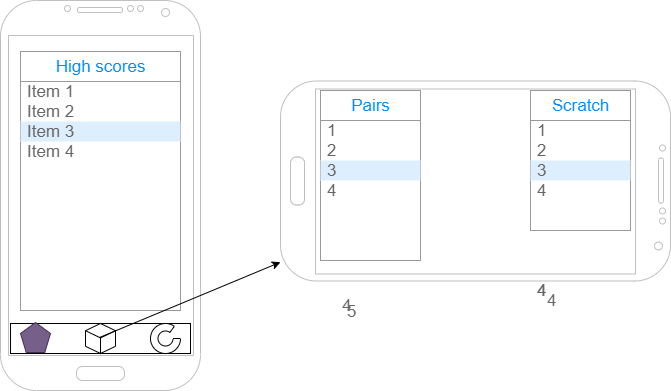
Above: docs/img/wireframe.png in anhristian/dice-solitaire (draw.io), before the change. Source tidied: cells renumbered, new cells last; positions are measured from the earlier drawing's top-left corner, leaving out a move shared by most shapes.
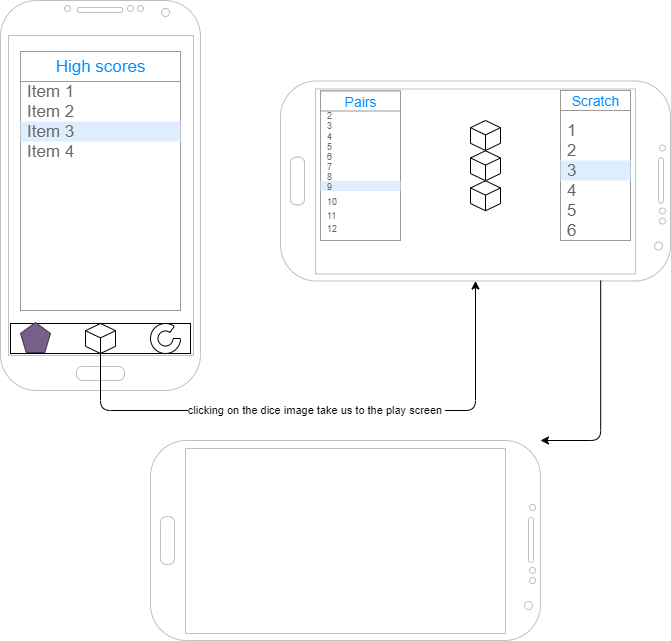
Above is the later version.

Commit message:
Adding all the pairs on 2nd screen

What changed in the source:
```diff
@@ -46,85 +46,132 @@
     <mxCell id="13" style="verticalLabelPosition=bottom;verticalAlign=top;html=1;shadow=0;dashed=0;strokeWidth=1;shape=mxgraph.android.phone2;strokeColor=#c0c0c0;direction=south;" parent="1" vertex="1">
       <mxGeometry x="280" y="80.5" width="390" height="200" as="geometry" />
     </mxCell>
-    <mxCell id="14" style="endArrow=classic;html=1;exitX=0.467;exitY=0.467;exitDx=0;exitDy=0;exitPerimeter=0;" parent="1" edge="1" source="5" target="13">
-      <mxGeometry relative="1" as="geometry" />
+    <mxCell id="14" style="strokeWidth=1;shadow=0;dashed=0;align=center;html=1;shape=mxgraph.mockup.forms.rrect;rSize=0;strokeColor=#999999;fillColor=#ffffff;fontSize=8;" parent="1" vertex="1">
+      <mxGeometry x="320" y="90.5" width="80" height="149.5" as="geometry" />
     </mxCell>
-    <mxCell id="15" style="strokeWidth=1;shadow=0;dashed=0;align=center;html=1;shape=mxgraph.mockup.forms.rrect;rSize=0;strokeColor=#999999;fillColor=#ffffff;" parent="1" vertex="1">
-      <mxGeometry x="320" y="90" width="100" height="170" as="geometry" />
+    <mxCell id="15" value="&lt;font style=&quot;font-size: 14px&quot;&gt;Pairs&lt;/font&gt;" style="strokeWidth=1;shadow=0;dashed=0;align=center;html=1;shape=mxgraph.mockup.forms.rrect;rSize=0;strokeColor=#999999;fontColor=#008cff;fontSize=17;fillColor=#ffffff;" parent="14" vertex="1">
+      <mxGeometry width="80" height="20" relative="1" as="geometry" />
     </mxCell>
-    <mxCell id="16" value="Pairs" style="strokeWidth=1;shadow=0;dashed=0;align=center;html=1;shape=mxgraph.mockup.forms.rrect;rSize=0;strokeColor=#999999;fontColor=#008cff;fontSize=17;fillColor=#ffffff;" parent="15" vertex="1">
-      <mxGeometry width="100" height="30" relative="1" as="geometry" />
+    <mxCell id="16" value="2" style="strokeWidth=1;shadow=0;dashed=0;align=center;html=1;shape=mxgraph.mockup.forms.anchor;fontSize=9;fontColor=#666666;align=left;spacingLeft=5;" parent="14" vertex="1">
+      <mxGeometry width="80" height="10" relative="1" as="geometry">
+        <mxPoint y="19.5" as="offset" />
+      </mxGeometry>
     </mxCell>
-    <mxCell id="17" value="1" style="strokeWidth=1;shadow=0;dashed=0;align=center;html=1;shape=mxgraph.mockup.forms.anchor;fontSize=17;fontColor=#666666;align=left;spacingLeft=5;" parent="15" vertex="1">
-      <mxGeometry width="100" height="20" relative="1" as="geometry">
-        <mxPoint y="30" as="offset" />
+    <mxCell id="17" value="3" style="strokeWidth=1;shadow=0;dashed=0;align=center;html=1;shape=mxgraph.mockup.forms.anchor;fontSize=9;fontColor=#666666;align=left;spacingLeft=5;" parent="14" vertex="1">
+      <mxGeometry width="80" height="10" relative="1" as="geometry">
+        <mxPoint y="29.5" as="offset" />
       </mxGeometry>
     </mxCell>
-    <mxCell id="18" value="2" style="strokeWidth=1;shadow=0;dashed=0;align=center;html=1;shape=mxgraph.mockup.forms.anchor;fontSize=17;fontColor=#666666;align=left;spacingLeft=5;" parent="15" vertex="1">
-      <mxGeometry width="100" height="20" relative="1" as="geometry">
-        <mxPoint y="50" as="offset" />
+    <mxCell id="18" value="9" style="strokeWidth=1;shadow=0;dashed=0;align=center;html=1;shape=mxgraph.mockup.forms.rrect;rSize=0;fontSize=9;fontColor=#666666;align=left;spacingLeft=5;fillColor=#ddeeff;strokeColor=none;" parent="14" vertex="1">
+      <mxGeometry width="80" height="10" relative="1" as="geometry">
+        <mxPoint y="90" as="offset" />
       </mxGeometry>
     </mxCell>
-    <mxCell id="19" value="3" style="strokeWidth=1;shadow=0;dashed=0;align=center;html=1;shape=mxgraph.mockup.forms.rrect;rSize=0;fontSize=17;fontColor=#666666;align=left;spacingLeft=5;fillColor=#ddeeff;strokeColor=none;" parent="15" vertex="1">
-      <mxGeometry width="100" height="20" relative="1" as="geometry">
-        <mxPoint y="70" as="offset" />
+    <mxCell id="19" value="10" style="strokeWidth=1;shadow=0;dashed=0;align=center;html=1;shape=mxgraph.mockup.forms.anchor;fontSize=9;fontColor=#666666;align=left;spacingLeft=5;" parent="14" vertex="1">
+      <mxGeometry width="80" height="20" relative="1" as="geometry">
+        <mxPoint y="100" as="offset" />
       </mxGeometry>
     </mxCell>
-    <mxCell id="20" value="4" style="strokeWidth=1;shadow=0;dashed=0;align=center;html=1;shape=mxgraph.mockup.forms.anchor;fontSize=17;fontColor=#666666;align=left;spacingLeft=5;" parent="15" vertex="1">
-      <mxGeometry width="100" height="20" relative="1" as="geometry">
-        <mxPoint y="90" as="offset" />
+    <mxCell id="20" value="&lt;font style=&quot;font-size: 9px&quot;&gt;11&lt;/font&gt;" style="strokeWidth=1;shadow=0;dashed=0;align=center;html=1;shape=mxgraph.mockup.forms.anchor;fontSize=9;fontColor=#666666;align=left;spacingLeft=5;" parent="14" vertex="1">
+      <mxGeometry width="80" height="10" relative="1" as="geometry">
+        <mxPoint y="119.5" as="offset" />
       </mxGeometry>
     </mxCell>
-    <mxCell id="21" style="strokeWidth=1;shadow=0;dashed=0;align=center;html=1;shape=mxgraph.mockup.forms.rrect;rSize=0;strokeColor=#999999;fillColor=#ffffff;" parent="1" vertex="1">
-      <mxGeometry x="530" y="90" width="100" height="140" as="geometry" />
+    <mxCell id="21" value="&lt;font style=&quot;font-size: 9px&quot;&gt;12&lt;/font&gt;" style="strokeWidth=1;shadow=0;dashed=0;align=center;html=1;shape=mxgraph.mockup.forms.anchor;fontSize=17;fontColor=#666666;align=left;spacingLeft=5;" parent="14" vertex="1">
+      <mxGeometry width="80" height="10" relative="1" as="geometry">
+        <mxPoint y="130" as="offset" />
+      </mxGeometry>
     </mxCell>
-    <mxCell id="22" value="Scratch" style="strokeWidth=1;shadow=0;dashed=0;align=center;html=1;shape=mxgraph.mockup.forms.rrect;rSize=0;strokeColor=#999999;fontColor=#008cff;fontSize=17;fillColor=#ffffff;" parent="21" vertex="1">
-      <mxGeometry width="100" height="30" relative="1" as="geometry" />
+    <mxCell id="22" value="4" style="strokeWidth=1;shadow=0;dashed=0;align=center;html=1;shape=mxgraph.mockup.forms.anchor;fontSize=9;fontColor=#666666;align=left;spacingLeft=5;" parent="14" vertex="1">
+      <mxGeometry width="80" height="10" relative="1" as="geometry">
+        <mxPoint y="40" as="offset" />
+      </mxGeometry>
     </mxCell>
-    <mxCell id="23" value="1" style="strokeWidth=1;shadow=0;dashed=0;align=center;html=1;shape=mxgraph.mockup.forms.anchor;fontSize=17;fontColor=#666666;align=left;spacingLeft=5;" parent="21" vertex="1">
-      <mxGeometry width="100" height="20" relative="1" as="geometry">
-        <mxPoint y="30" as="offset" />
+    <mxCell id="23" value="5" style="strokeWidth=1;shadow=0;dashed=0;align=center;html=1;shape=mxgraph.mockup.forms.anchor;fontSize=9;fontColor=#666666;align=left;spacingLeft=5;" parent="14" vertex="1">
+      <mxGeometry width="80" height="10" relative="1" as="geometry">
+        <mxPoint y="50" as="offset" />
       </mxGeometry>
     </mxCell>
-    <mxCell id="24" value="2" style="strokeWidth=1;shadow=0;dashed=0;align=center;html=1;shape=mxgraph.mockup.forms.anchor;fontSize=17;fontColor=#666666;align=left;spacingLeft=5;" parent="21" vertex="1">
-      <mxGeometry width="100" height="20" relative="1" as="geometry">
-        <mxPoint y="50" as="offset" />
+    <mxCell id="24" value="6" style="strokeWidth=1;shadow=0;dashed=0;align=center;html=1;shape=mxgraph.mockup.forms.anchor;fontSize=9;fontColor=#666666;align=left;spacingLeft=5;" parent="14" vertex="1">
+      <mxGeometry width="80" height="10" relative="1" as="geometry">
+        <mxPoint y="60" as="offset" />
       </mxGeometry>
     </mxCell>
-    <mxCell id="25" value="3" style="strokeWidth=1;shadow=0;dashed=0;align=center;html=1;shape=mxgraph.mockup.forms.rrect;rSize=0;fontSize=17;fontColor=#666666;align=left;spacingLeft=5;fillColor=#ddeeff;strokeColor=none;" parent="21" vertex="1">
-      <mxGeometry width="100" height="20" relative="1" as="geometry">
+    <mxCell id="25" value="7" style="strokeWidth=1;shadow=0;dashed=0;align=center;html=1;shape=mxgraph.mockup.forms.anchor;fontSize=9;fontColor=#666666;align=left;spacingLeft=5;" parent="14" vertex="1">
+      <mxGeometry width="80" height="10" relative="1" as="geometry">
         <mxPoint y="70" as="offset" />
       </mxGeometry>
     </mxCell>
-    <mxCell id="26" value="4" style="strokeWidth=1;shadow=0;dashed=0;align=center;html=1;shape=mxgraph.mockup.forms.anchor;fontSize=17;fontColor=#666666;align=left;spacingLeft=5;" parent="21" vertex="1">
-      <mxGeometry width="100" height="20" relative="1" as="geometry">
-        <mxPoint y="90" as="offset" />
+    <mxCell id="26" value="8" style="strokeWidth=1;shadow=0;dashed=0;align=center;html=1;shape=mxgraph.mockup.forms.anchor;fontSize=9;fontColor=#666666;align=left;spacingLeft=5;" parent="14" vertex="1">
+      <mxGeometry width="80" height="10" relative="1" as="geometry">
+        <mxPoint y="80" as="offset" />
       </mxGeometry>
     </mxCell>
-    <mxCell id="27" value="4" style="strokeWidth=1;shadow=0;dashed=0;align=center;html=1;shape=mxgraph.mockup.forms.anchor;fontSize=17;fontColor=#666666;align=left;spacingLeft=5;" parent="1" vertex="1">
-      <mxGeometry x="540" y="200" width="100" height="20" as="geometry">
-        <mxPoint y="90" as="offset" />
-      </mxGeometry>
+    <mxCell id="27" style="strokeWidth=1;shadow=0;dashed=0;align=center;html=1;shape=mxgraph.mockup.forms.rrect;rSize=0;strokeColor=#999999;fillColor=#ffffff;" parent="1" vertex="1">
+      <mxGeometry x="560" y="90" width="70" height="150" as="geometry" />
     </mxCell>
-    <mxCell id="28" value="4" style="strokeWidth=1;shadow=0;dashed=0;align=center;html=1;shape=mxgraph.mockup.forms.anchor;fontSize=17;fontColor=#666666;align=left;spacingLeft=5;" parent="1" vertex="1">
-      <mxGeometry x="530" y="190" width="100" height="20" as="geometry">
-        <mxPoint y="90" as="offset" />
-      </mxGeometry>
+    <mxCell id="28" value="Scratch" style="strokeWidth=1;shadow=0;dashed=0;align=center;html=1;shape=mxgraph.mockup.forms.rrect;rSize=0;strokeColor=#999999;fontColor=#008cff;fontSize=14;fillColor=#ffffff;" parent="27" vertex="1">
+      <mxGeometry width="70" height="20" relative="1" as="geometry" />
     </mxCell>
-    <mxCell id="29" value="4" style="strokeWidth=1;shadow=0;dashed=0;align=center;html=1;shape=mxgraph.mockup.forms.anchor;fontSize=17;fontColor=#666666;align=left;spacingLeft=5;" parent="1" vertex="1">
-      <mxGeometry x="530" y="190" width="100" height="20" as="geometry">
-        <mxPoint y="90" as="offset" />
+    <mxCell id="29" value="1" style="strokeWidth=1;shadow=0;dashed=0;align=center;html=1;shape=mxgraph.mockup.forms.anchor;fontSize=17;fontColor=#666666;align=left;spacingLeft=5;" parent="27" vertex="1">
+      <mxGeometry width="70" height="20" relative="1" as="geometry">
+        <mxPoint y="30" as="offset" />
       </mxGeometry>
     </mxCell>
-    <mxCell id="30" value="5" style="strokeWidth=1;shadow=0;dashed=0;align=center;html=1;shape=mxgraph.mockup.forms.anchor;fontSize=17;fontColor=#666666;align=left;spacingLeft=5;" parent="1" vertex="1">
-      <mxGeometry x="340" y="220" width="70" as="geometry">
-        <mxPoint y="90" as="offset" />
+    <mxCell id="30" value="2" style="strokeWidth=1;shadow=0;dashed=0;align=center;html=1;shape=mxgraph.mockup.forms.anchor;fontSize=17;fontColor=#666666;align=left;spacingLeft=5;" parent="27" vertex="1">
+      <mxGeometry width="70" height="20" relative="1" as="geometry">
+        <mxPoint y="50" as="offset" />
       </mxGeometry>
     </mxCell>
-    <mxCell id="31" value="4" style="strokeWidth=1;shadow=0;dashed=0;align=center;html=1;shape=mxgraph.mockup.forms.anchor;fontSize=17;fontColor=#666666;align=left;spacingLeft=5;" parent="1" vertex="1">
-      <mxGeometry x="335" y="200" width="100" height="30" as="geometry">
-        <mxPoint y="90" as="offset" />
+    <mxCell id="31" value="3" style="strokeWidth=1;shadow=0;dashed=0;align=center;html=1;shape=mxgraph.mockup.forms.rrect;rSize=0;fontSize=17;fontColor=#666666;align=left;spacingLeft=5;fillColor=#ddeeff;strokeColor=none;" parent="27" vertex="1">
+      <mxGeometry width="70" height="20" relative="1" as="geometry">
+        <mxPoint y="70" as="offset" />
       </mxGeometry>
     </mxCell>
+    <mxCell id="32" value="4" style="strokeWidth=1;shadow=0;dashed=0;align=center;html=1;shape=mxgraph.mockup.forms.anchor;fontSize=17;fontColor=#666666;align=left;spacingLeft=5;" parent="27" vertex="1">
+      <mxGeometry width="70" height="20" relative="1" as="geometry">
+        <mxPoint y="90" as="offset" />
+      </mxGeometry>
+    </mxCell>
+    <mxCell id="33" value="5" style="strokeWidth=1;shadow=0;dashed=0;align=center;html=1;shape=mxgraph.mockup.forms.anchor;fontSize=17;fontColor=#666666;align=left;spacingLeft=5;" parent="27" vertex="1">
+      <mxGeometry width="70" height="20" relative="1" as="geometry">
+        <mxPoint y="110" as="offset" />
+      </mxGeometry>
+    </mxCell>
+    <mxCell id="34" value="6" style="strokeWidth=1;shadow=0;dashed=0;align=center;html=1;shape=mxgraph.mockup.forms.anchor;fontSize=17;fontColor=#666666;align=left;spacingLeft=5;" parent="27" vertex="1">
+      <mxGeometry width="70" height="20" relative="1" as="geometry">
+        <mxPoint y="130" as="offset" />
+      </mxGeometry>
+    </mxCell>
+    <mxCell id="35" value="clicking on the dice image take us to the play screen&amp;nbsp;" style="edgeStyle=segmentEdgeStyle;endArrow=classic;html=1;exitX=0.5;exitY=0.5;exitDx=0;exitDy=0;exitPerimeter=0;" parent="1" edge="1" source="5" target="13">
+      <mxGeometry relative="1" as="geometry">
+        <Array as="points">
+          <mxPoint x="100" y="410" />
+          <mxPoint x="475" y="410" />
+        </Array>
+      </mxGeometry>
+    </mxCell>
+    <mxCell id="36" style="whiteSpace=wrap;html=1;shape=mxgraph.basic.isocube;isoAngle=15;" parent="1" vertex="1">
+      <mxGeometry x="470" y="120" width="30" height="30" as="geometry" />
+    </mxCell>
+    <mxCell id="37" style="whiteSpace=wrap;html=1;shape=mxgraph.basic.isocube;isoAngle=15;" parent="1" vertex="1">
+      <mxGeometry x="470" y="150.2" width="30" height="30" as="geometry" />
+    </mxCell>
+    <mxCell id="38" style="whiteSpace=wrap;html=1;shape=mxgraph.basic.isocube;isoAngle=15;" parent="1" vertex="1">
+      <mxGeometry x="470" y="180.2" width="30" height="30" as="geometry" />
+    </mxCell>
+    <mxCell id="39" style="edgeStyle=elbowEdgeStyle;elbow=vertical;endArrow=classic;html=1;fontSize=9;exitX=0.998;exitY=0.179;exitDx=0;exitDy=0;exitPerimeter=0;" parent="1" edge="1" source="13" target="40">
+      <mxGeometry relative="1" as="geometry">
+        <Array as="points">
+          <mxPoint x="530" y="440" />
+        </Array>
+      </mxGeometry>
+    </mxCell>
+    <mxCell id="40" style="verticalLabelPosition=bottom;verticalAlign=top;html=1;shadow=0;dashed=0;strokeWidth=1;shape=mxgraph.android.phone2;strokeColor=#c0c0c0;direction=south;" parent="1" vertex="1">
+      <mxGeometry x="150" y="440" width="390" height="200" as="geometry" />
+    </mxCell>
+    <mxCell id="41" value="&lt;table&gt;&lt;tbody&gt;&lt;tr&gt;&lt;td&gt;&lt;br&gt;&lt;/td&gt;&lt;td&gt;&lt;br&gt;&lt;/td&gt;&lt;td&gt;&lt;br&gt;&lt;/td&gt;&lt;td&gt;&lt;br&gt;&lt;/td&gt;&lt;td&gt;&lt;br&gt;&lt;/td&gt;&lt;td&gt;&lt;br&gt;&lt;/td&gt;&lt;td&gt;&lt;br&gt;&lt;/td&gt;&lt;td&gt;&lt;br&gt;&lt;/td&gt;&lt;/tr&gt;&lt;tr&gt;&lt;td&gt;&lt;br&gt;&lt;/td&gt;&lt;td&gt;&lt;br&gt;&lt;/td&gt;&lt;td&gt;&lt;br&gt;&lt;/td&gt;&lt;td&gt;&lt;br&gt;&lt;/td&gt;&lt;td&gt;&lt;br&gt;&lt;/td&gt;&lt;td&gt;&lt;br&gt;&lt;/td&gt;&lt;td&gt;&lt;br&gt;&lt;/td&gt;&lt;td&gt;&lt;br&gt;&lt;/td&gt;&lt;/tr&gt;&lt;tr&gt;&lt;td&gt;&lt;br&gt;&lt;/td&gt;&lt;td&gt;&lt;br&gt;&lt;/td&gt;&lt;td&gt;&lt;br&gt;&lt;/td&gt;&lt;td&gt;&lt;br&gt;&lt;/td&gt;&lt;td&gt;&lt;br&gt;&lt;/td&gt;&lt;td&gt;&lt;br&gt;&lt;/td&gt;&lt;td&gt;&lt;br&gt;&lt;/td&gt;&lt;td&gt;&lt;br&gt;&lt;/td&gt;&lt;/tr&gt;&lt;tr&gt;&lt;td&gt;&lt;br&gt;&lt;/td&gt;&lt;td&gt;&lt;br&gt;&lt;/td&gt;&lt;td&gt;&lt;br&gt;&lt;/td&gt;&lt;td&gt;&lt;br&gt;&lt;/td&gt;&lt;td&gt;&lt;br&gt;&lt;/td&gt;&lt;td&gt;&lt;br&gt;&lt;/td&gt;&lt;td&gt;&lt;br&gt;&lt;/td&gt;&lt;td&gt;&lt;br&gt;&lt;/td&gt;&lt;/tr&gt;&lt;tr&gt;&lt;td&gt;&lt;br&gt;&lt;/td&gt;&lt;td&gt;&lt;br&gt;&lt;/td&gt;&lt;td&gt;&lt;br&gt;&lt;/td&gt;&lt;td&gt;&lt;br&gt;&lt;/td&gt;&lt;td&gt;&lt;br&gt;&lt;/td&gt;&lt;td&gt;&lt;br&gt;&lt;/td&gt;&lt;td&gt;&lt;br&gt;&lt;/td&gt;&lt;td&gt;&lt;br&gt;&lt;/td&gt;&lt;/tr&gt;&lt;tr&gt;&lt;td&gt;&lt;br&gt;&lt;/td&gt;&lt;td&gt;&lt;br&gt;&lt;/td&gt;&lt;td&gt;&lt;br&gt;&lt;/td&gt;&lt;td&gt;&lt;br&gt;&lt;/td&gt;&lt;td&gt;&lt;br&gt;&lt;/td&gt;&lt;td&gt;&lt;br&gt;&lt;/td&gt;&lt;td&gt;&lt;br&gt;&lt;/td&gt;&lt;td&gt;&lt;br&gt;&lt;/td&gt;&lt;/tr&gt;&lt;tr&gt;&lt;td&gt;&lt;br&gt;&lt;/td&gt;&lt;td&gt;&lt;br&gt;&lt;/td&gt;&lt;td&gt;&lt;br&gt;&lt;/td&gt;&lt;td&gt;&lt;br&gt;&lt;/td&gt;&lt;td&gt;&lt;br&gt;&lt;/td&gt;&lt;td&gt;&lt;br&gt;&lt;/td&gt;&lt;td&gt;&lt;br&gt;&lt;/td&gt;&lt;td&gt;&lt;br&gt;&lt;/td&gt;&lt;/tr&gt;&lt;/tbody&gt;&lt;/table&gt;" style="text;html=1;align=center;verticalAlign=middle;fontSize=9;labelBackgroundColor=none;" parent="40" vertex="1">
+      <mxGeometry x="50" y="20" width="50" height="110" as="geometry" />
+    </mxCell>
   </root>
 </mxGraphModel>
```
